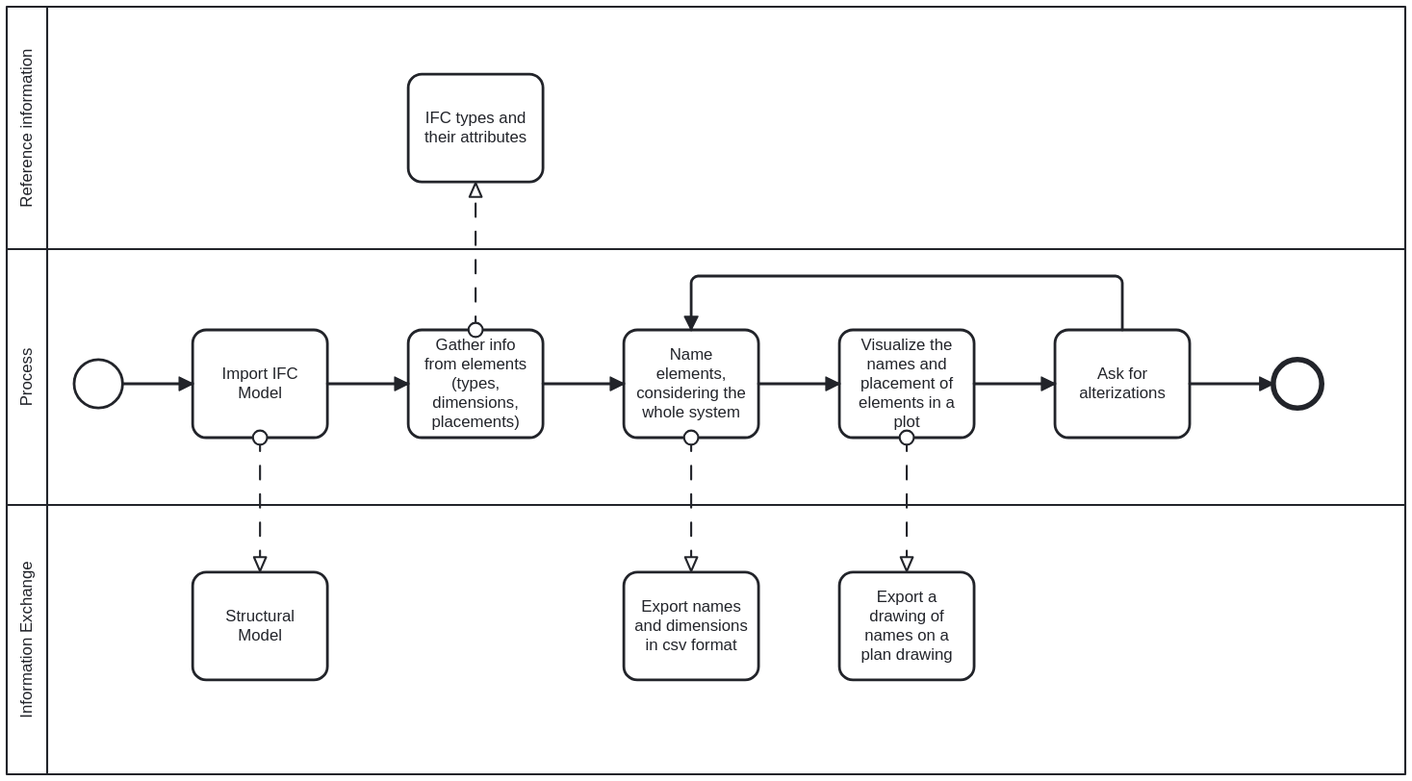
Above: diagram.svg in Mickey-Skovbjerg/STR_26_29 (BPMN), before the change. Its source is kept beside it as diagram.bpmn. Ids are renumbered.
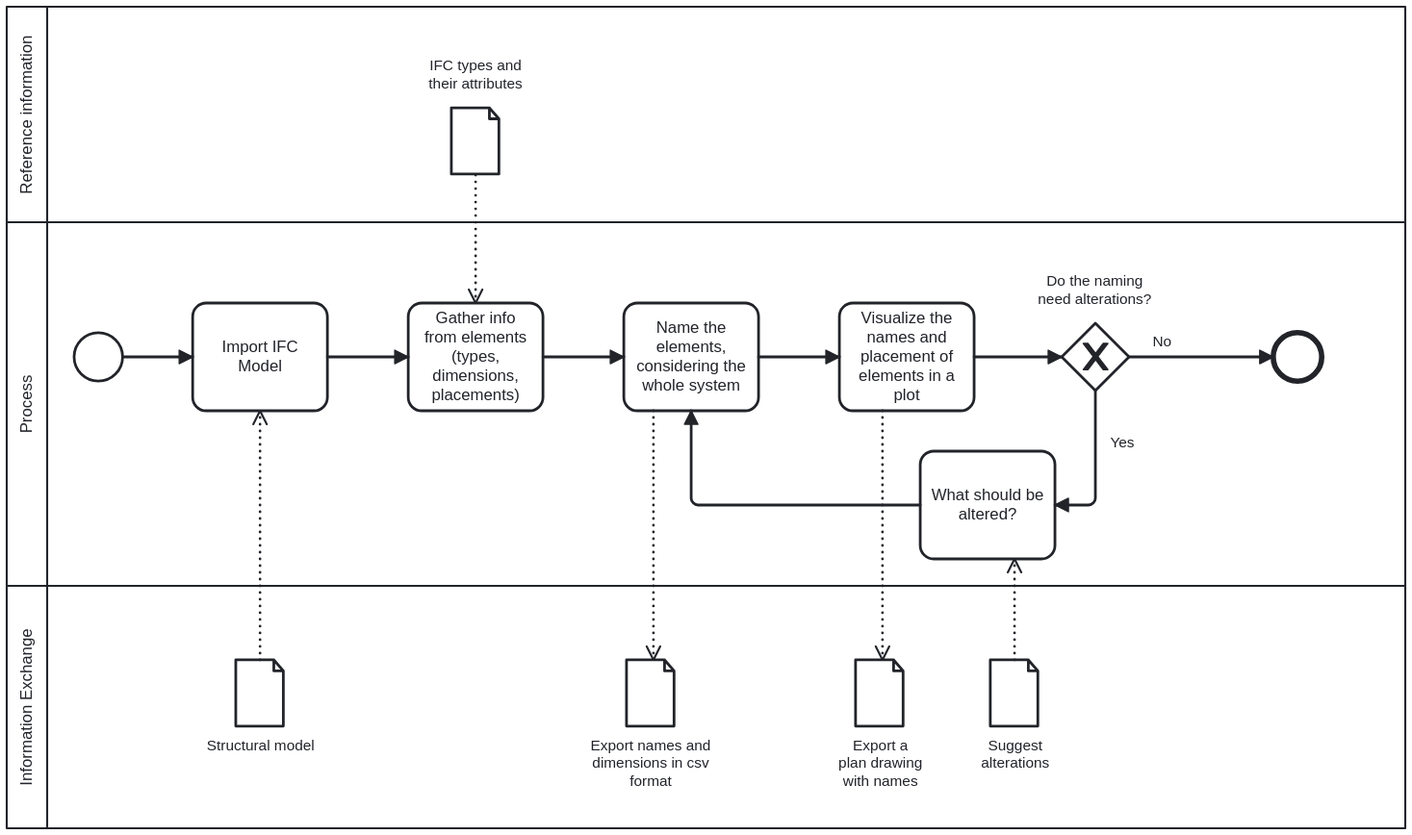
Later version of the same file.

Diff of the diagram source:
```diff
@@ -3,15 +3,16 @@
     <bpmn:participant id="Participant_n3" name="Process" processRef="Process_n4" />
     <bpmn:participant id="Participant_n5" name="Reference information" processRef="Process_n6" />
     <bpmn:participant id="Participant_n7" name="Information Exchange" processRef="Process_n8" />
-    <bpmn:messageFlow id="Flow_n9" sourceRef="Activity_n10" targetRef="Activity_n11" />
-    <bpmn:messageFlow id="Flow_n12" sourceRef="Activity_n13" targetRef="Activity_n14" />
-    <bpmn:messageFlow id="Flow_n15" sourceRef="Activity_n16" targetRef="Activity_n17" />
-    <bpmn:messageFlow id="Flow_n18" sourceRef="Activity_n19" targetRef="Activity_n20" />
   </bpmn:collaboration>
   <bpmn:process id="Process_n4" isExecutable="false">
     <bpmn:task id="Activity_n10" name="Import IFC Model">
       <bpmn:incoming>Flow_n21</bpmn:incoming>
       <bpmn:outgoing>Flow_n22</bpmn:outgoing>
+      <bpmn:property id="Property_n31" name="__targetRef_placeholder" />
+      <bpmn:dataInputAssociation id="DataInputAssociation_n32">
+        <bpmn:sourceRef>DataObjectReference_n33</bpmn:sourceRef>
+        <bpmn:targetRef>Property_n31</bpmn:targetRef>
+      </bpmn:dataInputAssociation>
     </bpmn:task>
     <bpmn:startEvent id="StartEvent_n23">
       <bpmn:outgoing>Flow_n21</bpmn:outgoing>
@@ -19,44 +20,71 @@
     <bpmn:task id="Activity_n13" name="Gather info from elements (types, dimensions, placements)">
       <bpmn:incoming>Flow_n22</bpmn:incoming>
       <bpmn:outgoing>Flow_n24</bpmn:outgoing>
+      <bpmn:property id="Property_n34" name="__targetRef_placeholder" />
+      <bpmn:dataInputAssociation id="DataInputAssociation_n35">
+        <bpmn:sourceRef>DataObjectReference_n36</bpmn:sourceRef>
+        <bpmn:targetRef>Property_n34</bpmn:targetRef>
+      </bpmn:dataInputAssociation>
     </bpmn:task>
-    <bpmn:task id="Activity_n19" name="Name elements, considering the whole system">
+    <bpmn:task id="Activity_n19" name="Name the elements, considering the whole system">
       <bpmn:incoming>Flow_n24</bpmn:incoming>
-      <bpmn:incoming>Flow_n25</bpmn:incoming>
+      <bpmn:incoming>Flow_n37</bpmn:incoming>
       <bpmn:outgoing>Flow_n26</bpmn:outgoing>
+      <bpmn:dataOutputAssociation id="DataOutputAssociation_n38">
+        <bpmn:targetRef>DataObjectReference_n39</bpmn:targetRef>
+      </bpmn:dataOutputAssociation>
     </bpmn:task>
     <bpmn:task id="Activity_n16" name="Visualize the names and placement of elements in a plot">
       <bpmn:incoming>Flow_n26</bpmn:incoming>
-      <bpmn:outgoing>Flow_n27</bpmn:outgoing>
-    </bpmn:task>
-    <bpmn:task id="Activity_n28" name="Ask for alterizations">
-      <bpmn:incoming>Flow_n27</bpmn:incoming>
-      <bpmn:outgoing>Flow_n25</bpmn:outgoing>
-      <bpmn:outgoing>Flow_n29</bpmn:outgoing>
+      <bpmn:outgoing>Flow_n40</bpmn:outgoing>
+      <bpmn:dataOutputAssociation id="DataOutputAssociation_n41">
+        <bpmn:targetRef>DataObjectReference_n42</bpmn:targetRef>
+      </bpmn:dataOutputAssociation>
     </bpmn:task>
     <bpmn:endEvent id="Event_n30">
-      <bpmn:incoming>Flow_n29</bpmn:incoming>
+      <bpmn:incoming>Flow_n43</bpmn:incoming>
     </bpmn:endEvent>
     <bpmn:sequenceFlow id="Flow_n21" sourceRef="StartEvent_n23" targetRef="Activity_n10" />
     <bpmn:sequenceFlow id="Flow_n22" sourceRef="Activity_n10" targetRef="Activity_n13" />
     <bpmn:sequenceFlow id="Flow_n24" sourceRef="Activity_n13" targetRef="Activity_n19" />
-    <bpmn:sequenceFlow id="Flow_n25" sourceRef="Activity_n28" targetRef="Activity_n19" />
     <bpmn:sequenceFlow id="Flow_n26" sourceRef="Activity_n19" targetRef="Activity_n16" />
-    <bpmn:sequenceFlow id="Flow_n27" sourceRef="Activity_n16" targetRef="Activity_n28" />
-    <bpmn:sequenceFlow id="Flow_n29" sourceRef="Activity_n28" targetRef="Event_n30" />
+    <bpmn:exclusiveGateway id="Gateway_n44" name="Do the naming need alterations?">
+      <bpmn:incoming>Flow_n40</bpmn:incoming>
+      <bpmn:outgoing>Flow_n43</bpmn:outgoing>
+      <bpmn:outgoing>Flow_n45</bpmn:outgoing>
+    </bpmn:exclusiveGateway>
+    <bpmn:sequenceFlow id="Flow_n40" sourceRef="Activity_n16" targetRef="Gateway_n44" />
+    <bpmn:sequenceFlow id="Flow_n43" name="No" sourceRef="Gateway_n44" targetRef="Event_n30" />
+    <bpmn:sequenceFlow id="Flow_n45" name="Yes" sourceRef="Gateway_n44" targetRef="Activity_n46" />
+    <bpmn:sequenceFlow id="Flow_n37" sourceRef="Activity_n46" targetRef="Activity_n19" />
+    <bpmn:task id="Activity_n46" name="What should be altered?">
+      <bpmn:incoming>Flow_n45</bpmn:incoming>
+      <bpmn:outgoing>Flow_n37</bpmn:outgoing>
+      <bpmn:property id="Property_n47" name="__targetRef_placeholder" />
+      <bpmn:dataInputAssociation id="DataInputAssociation_n48">
+        <bpmn:sourceRef>DataObjectReference_n49</bpmn:sourceRef>
+        <bpmn:targetRef>Property_n47</bpmn:targetRef>
+      </bpmn:dataInputAssociation>
+    </bpmn:task>
   </bpmn:process>
   <bpmn:process id="Process_n6">
-    <bpmn:task id="Activity_n14" name="IFC types and their attributes" />
+    <bpmn:dataObjectReference id="DataObjectReference_n36" name="IFC types and their attributes" dataObjectRef="DataObject_n50" />
+    <bpmn:dataObject id="DataObject_n50" />
   </bpmn:process>
   <bpmn:process id="Process_n8">
-    <bpmn:task id="Activity_n11" name="Structural Model" />
-    <bpmn:task id="Activity_n17" name="Export a drawing of names on a plan drawing" />
-    <bpmn:task id="Activity_n20" name="Export names and dimensions in csv format" />
+    <bpmn:dataObjectReference id="DataObjectReference_n39" name="Export names and dimensions in csv format" dataObjectRef="DataObject_n51" />
+    <bpmn:dataObject id="DataObject_n51" />
+    <bpmn:dataObjectReference id="DataObjectReference_n42" name="Export a plan drawing with names" dataObjectRef="DataObject_n52" />
+    <bpmn:dataObject id="DataObject_n52" />
+    <bpmn:dataObjectReference id="DataObjectReference_n49" name="Suggest alterations" dataObjectRef="DataObject_n53" />
+    <bpmn:dataObject id="DataObject_n53" />
+    <bpmn:dataObjectReference id="DataObjectReference_n33" name="Structural model" dataObjectRef="DataObject_n54" />
+    <bpmn:dataObject id="DataObject_n54" />
   </bpmn:process>
   <bpmndi:BPMNDiagram id="BPMNDiagram_1">
     <bpmndi:BPMNPlane id="BPMNPlane_1" bpmnElement="Collaboration_n2">
       <bpmndi:BPMNShape id="Participant_n3_di" bpmnElement="Participant_n3" isHorizontal="true">
-        <dc:Bounds x="152" y="260" width="1038" height="190" />
+        <dc:Bounds x="152" y="260" width="1038" height="270" />
         <bpmndi:BPMNLabel />
       </bpmndi:BPMNShape>
       <bpmndi:BPMNShape id="Activity_n10_di" bpmnElement="Activity_n10">
@@ -78,12 +106,18 @@
         <dc:Bounds x="770" y="320" width="100" height="80" />
         <bpmndi:BPMNLabel />
       </bpmndi:BPMNShape>
-      <bpmndi:BPMNShape id="Activity_n28_di" bpmnElement="Activity_n28">
-        <dc:Bounds x="930" y="320" width="100" height="80" />
-        <bpmndi:BPMNLabel />
-      </bpmndi:BPMNShape>
       <bpmndi:BPMNShape id="Event_n30_di" bpmnElement="Event_n30">
         <dc:Bounds x="1092" y="342" width="36" height="36" />
+      </bpmndi:BPMNShape>
+      <bpmndi:BPMNShape id="Gateway_n44_di" bpmnElement="Gateway_n44" isMarkerVisible="true">
+        <dc:Bounds x="935" y="335" width="50" height="50" />
+        <bpmndi:BPMNLabel>
+          <dc:Bounds x="917" y="297.5" width="85" height="27" />
+        </bpmndi:BPMNLabel>
+      </bpmndi:BPMNShape>
+      <bpmndi:BPMNShape id="Activity_n46_di" bpmnElement="Activity_n46">
+        <dc:Bounds x="830" y="430" width="100" height="80" />
+        <bpmndi:BPMNLabel />
       </bpmndi:BPMNShape>
       <bpmndi:BPMNEdge id="Flow_n21_di" bpmnElement="Flow_n21">
         <di:waypoint x="238" y="360" />
@@ -101,59 +135,87 @@
         <di:waypoint x="710" y="360" />
         <di:waypoint x="770" y="360" />
       </bpmndi:BPMNEdge>
-      <bpmndi:BPMNEdge id="Flow_n27_di" bpmnElement="Flow_n27">
+      <bpmndi:BPMNEdge id="Flow_n40_di" bpmnElement="Flow_n40">
         <di:waypoint x="870" y="360" />
-        <di:waypoint x="930" y="360" />
+        <di:waypoint x="935" y="360" />
       </bpmndi:BPMNEdge>
-      <bpmndi:BPMNEdge id="Flow_n25_di" bpmnElement="Flow_n25">
-        <di:waypoint x="980" y="320" />
-        <di:waypoint x="980" y="280" />
-        <di:waypoint x="660" y="280" />
-        <di:waypoint x="660" y="320" />
+      <bpmndi:BPMNEdge id="Flow_n43_di" bpmnElement="Flow_n43">
+        <di:waypoint x="985" y="360" />
+        <di:waypoint x="1092" y="360" />
+        <bpmndi:BPMNLabel>
+          <dc:Bounds x="1002" y="342" width="15" height="14" />
+        </bpmndi:BPMNLabel>
       </bpmndi:BPMNEdge>
-      <bpmndi:BPMNEdge id="Flow_n29_di" bpmnElement="Flow_n29">
-        <di:waypoint x="1030" y="360" />
-        <di:waypoint x="1092" y="360" />
+      <bpmndi:BPMNEdge id="Flow_n45_di" bpmnElement="Flow_n45">
+        <di:waypoint x="960" y="385" />
+        <di:waypoint x="960" y="470" />
+        <di:waypoint x="930" y="470" />
+        <bpmndi:BPMNLabel>
+          <dc:Bounds x="971" y="417" width="18" height="14" />
+        </bpmndi:BPMNLabel>
+      </bpmndi:BPMNEdge>
+      <bpmndi:BPMNEdge id="Flow_n37_di" bpmnElement="Flow_n37">
+        <di:waypoint x="830" y="470" />
+        <di:waypoint x="660" y="470" />
+        <di:waypoint x="660" y="400" />
       </bpmndi:BPMNEdge>
       <bpmndi:BPMNShape id="Participant_n5_di" bpmnElement="Participant_n5" isHorizontal="true">
-        <dc:Bounds x="152" y="80" width="1038" height="180" />
+        <dc:Bounds x="152" y="100" width="1038" height="160" />
         <bpmndi:BPMNLabel />
       </bpmndi:BPMNShape>
-      <bpmndi:BPMNShape id="Activity_n14_di" bpmnElement="Activity_n14">
-        <dc:Bounds x="450" y="130" width="100" height="80" />
+      <bpmndi:BPMNShape id="DataObjectReference_n36_di" bpmnElement="DataObjectReference_n36">
+        <dc:Bounds x="482" y="175" width="36" height="50" />
+        <bpmndi:BPMNLabel>
+          <dc:Bounds x="465" y="137.5" width="70" height="27" />
+        </bpmndi:BPMNLabel>
+      </bpmndi:BPMNShape>
+      <bpmndi:BPMNShape id="Participant_n7_di" bpmnElement="Participant_n7" isHorizontal="true">
+        <dc:Bounds x="152" y="530" width="1038" height="180" />
         <bpmndi:BPMNLabel />
       </bpmndi:BPMNShape>
-      <bpmndi:BPMNShape id="Participant_n7_di" bpmnElement="Participant_n7" isHorizontal="true">
-        <dc:Bounds x="152" y="450" width="1038" height="200" />
-        <bpmndi:BPMNLabel />
+      <bpmndi:BPMNShape id="DataObjectReference_n39_di" bpmnElement="DataObjectReference_n39">
+        <dc:Bounds x="612" y="585" width="36" height="50" />
+        <bpmndi:BPMNLabel>
+          <dc:Bounds x="585" y="642" width="90" height="40" />
+        </bpmndi:BPMNLabel>
       </bpmndi:BPMNShape>
-      <bpmndi:BPMNShape id="Activity_n11_di" bpmnElement="Activity_n11">
-        <dc:Bounds x="290" y="500" width="100" height="80" />
-        <bpmndi:BPMNLabel />
+      <bpmndi:BPMNShape id="DataObjectReference_n42_di" bpmnElement="DataObjectReference_n42">
+        <dc:Bounds x="782" y="585" width="36" height="50" />
+        <bpmndi:BPMNLabel>
+          <dc:Bounds x="768" y="642" width="65" height="40" />
+        </bpmndi:BPMNLabel>
       </bpmndi:BPMNShape>
-      <bpmndi:BPMNShape id="Activity_n17_di" bpmnElement="Activity_n17">
-        <dc:Bounds x="770" y="500" width="100" height="80" />
-        <bpmndi:BPMNLabel />
+      <bpmndi:BPMNShape id="DataObjectReference_n49_di" bpmnElement="DataObjectReference_n49">
+        <dc:Bounds x="882" y="585" width="36" height="50" />
+        <bpmndi:BPMNLabel>
+          <dc:Bounds x="875" y="642" width="51" height="27" />
+        </bpmndi:BPMNLabel>
       </bpmndi:BPMNShape>
-      <bpmndi:BPMNShape id="Activity_n20_di" bpmnElement="Activity_n20">
-        <dc:Bounds x="610" y="500" width="100" height="80" />
-        <bpmndi:BPMNLabel />
+      <bpmndi:BPMNShape id="DataObjectReference_n33_di" bpmnElement="DataObjectReference_n33">
+        <dc:Bounds x="322" y="585" width="36" height="50" />
+        <bpmndi:BPMNLabel>
+          <dc:Bounds x="300" y="642" width="81" height="14" />
+        </bpmndi:BPMNLabel>
       </bpmndi:BPMNShape>
-      <bpmndi:BPMNEdge id="Flow_n9_di" bpmnElement="Flow_n9">
+      <bpmndi:BPMNEdge id="DataInputAssociation_n35_di" bpmnElement="DataInputAssociation_n35">
+        <di:waypoint x="500" y="225" />
+        <di:waypoint x="500" y="320" />
+      </bpmndi:BPMNEdge>
+      <bpmndi:BPMNEdge id="DataInputAssociation_n32_di" bpmnElement="DataInputAssociation_n32">
+        <di:waypoint x="340" y="585" />
         <di:waypoint x="340" y="400" />
-        <di:waypoint x="340" y="500" />
       </bpmndi:BPMNEdge>
-      <bpmndi:BPMNEdge id="Flow_n12_di" bpmnElement="Flow_n12">
-        <di:waypoint x="500" y="320" />
-        <di:waypoint x="500" y="210" />
+      <bpmndi:BPMNEdge id="DataOutputAssociation_n38_di" bpmnElement="DataOutputAssociation_n38">
+        <di:waypoint x="632" y="400" />
+        <di:waypoint x="632" y="585" />
       </bpmndi:BPMNEdge>
-      <bpmndi:BPMNEdge id="Flow_n15_di" bpmnElement="Flow_n15">
-        <di:waypoint x="820" y="400" />
-        <di:waypoint x="820" y="500" />
+      <bpmndi:BPMNEdge id="DataOutputAssociation_n41_di" bpmnElement="DataOutputAssociation_n41">
+        <di:waypoint x="802" y="400" />
+        <di:waypoint x="802" y="585" />
       </bpmndi:BPMNEdge>
-      <bpmndi:BPMNEdge id="Flow_n18_di" bpmnElement="Flow_n18">
-        <di:waypoint x="660" y="400" />
-        <di:waypoint x="660" y="500" />
+      <bpmndi:BPMNEdge id="DataInputAssociation_n48_di" bpmnElement="DataInputAssociation_n48">
+        <di:waypoint x="900" y="585" />
+        <di:waypoint x="900" y="510" />
       </bpmndi:BPMNEdge>
     </bpmndi:BPMNPlane>
   </bpmndi:BPMNDiagram>
```
